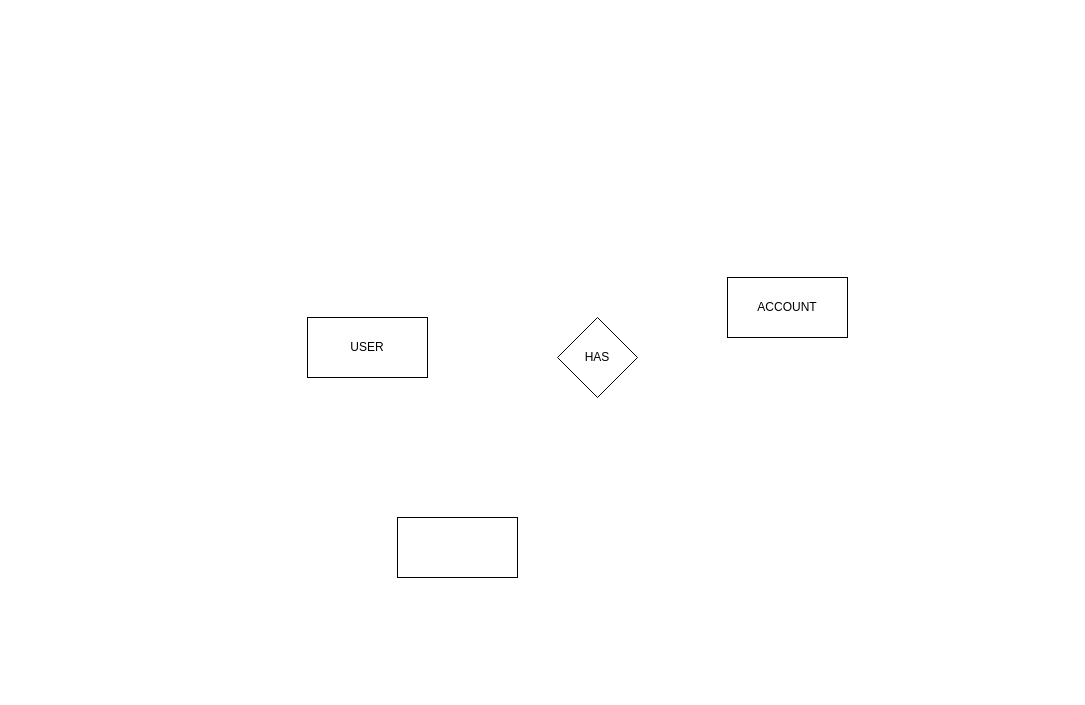
josueelias9/__mobile__expense_app keeps this draw.io diagram as Diagrama sin título.drawio. Above is the earlier version. Source tidied: cells renumbered, new cells numbered last; positions are measured from the earlier drawing's top-left corner, leaving out a move shared by most shapes. Both pictures are drawn from the tidied source at 100%, with x=0, y=0 at pixel (307, 277).
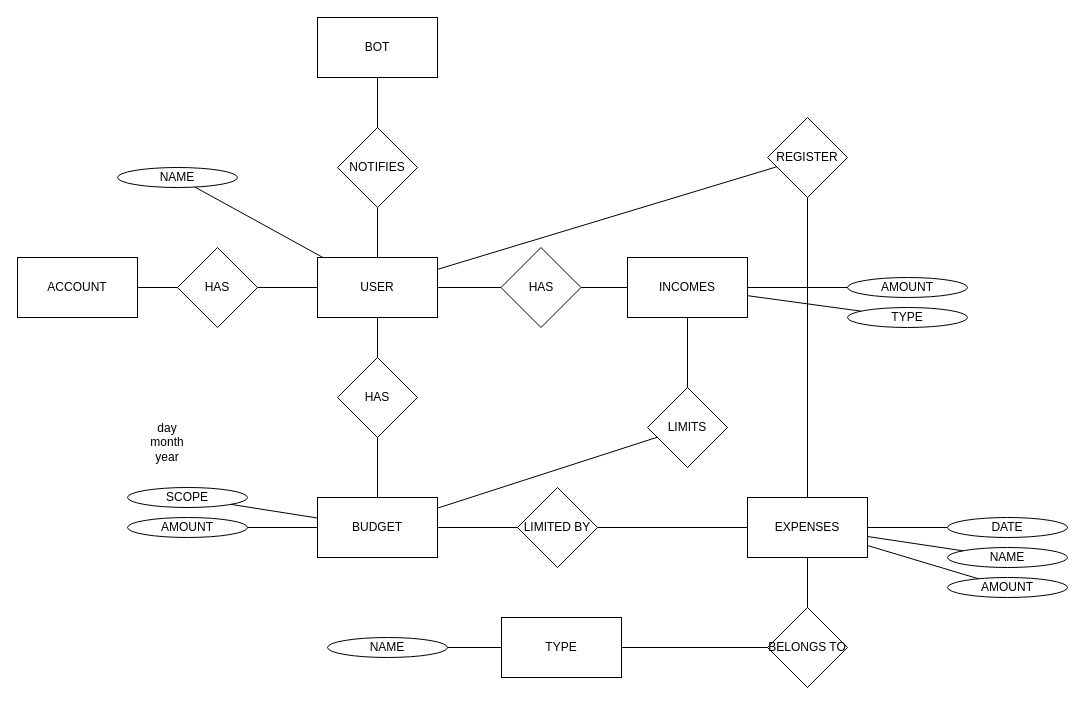
After the change.

Diff of the diagram source:
```diff
@@
-    <mxCell id="2" value="HAS" style="rhombus;whiteSpace=wrap;html=1;" parent="1" vertex="1">
-      <mxGeometry x="250" y="40" width="80" height="80" as="geometry" />
+    <mxCell id="2" value="REGISTER" style="rhombus;whiteSpace=wrap;html=1;" parent="1" vertex="1">
+      <mxGeometry x="460" y="-160" width="80" height="80" as="geometry" />
     </mxCell>
+    <mxCell id="6" style="edgeStyle=orthogonalEdgeStyle;rounded=0;jettySize=auto;html=1;endArrow=none;endFill=0;" parent="1" edge="1" source="3" target="8">
+      <mxGeometry relative="1" as="geometry" />
+    </mxCell>
     <mxCell id="3" value="USER" style="rounded=0;whiteSpace=wrap;html=1;" parent="1" vertex="1">
-      <mxGeometry y="40" width="120" height="60" as="geometry" />
+      <mxGeometry x="10" y="-20" width="120" height="60" as="geometry" />
     </mxCell>
     <mxCell id="4" value="ACCOUNT" style="rounded=0;whiteSpace=wrap;html=1;" parent="1" vertex="1">
-      <mxGeometry x="420" width="120" height="60" as="geometry" />
+      <mxGeometry x="-290" y="-20" width="120" height="60" as="geometry" />
     </mxCell>
-    <mxCell id="5" style="rounded=0;whiteSpace=wrap;html=1;" parent="1" vertex="1">
-      <mxGeometry x="90" y="240" width="120" height="60" as="geometry" />
+    <mxCell id="5" value="EXPENSES" style="rounded=0;whiteSpace=wrap;html=1;" parent="1" vertex="1">
+      <mxGeometry x="440" y="220" width="120" height="60" as="geometry" />
     </mxCell>
+    <mxCell id="7" value="BUDGET" style="rounded=0;whiteSpace=wrap;html=1;" parent="1" vertex="1">
+      <mxGeometry x="10" y="220" width="120" height="60" as="geometry" />
+    </mxCell>
+    <mxCell id="8" value="HAS" style="rhombus;whiteSpace=wrap;html=1;" parent="1" vertex="1">
+      <mxGeometry x="30" y="80" width="80" height="80" as="geometry" />
+    </mxCell>
+    <mxCell id="9" style="edgeStyle=orthogonalEdgeStyle;rounded=0;jettySize=auto;html=1;endArrow=none;endFill=0;" parent="1" edge="1" source="7" target="8">
+      <mxGeometry relative="1" as="geometry" />
+    </mxCell>
+    <mxCell id="10" style="rounded=0;jettySize=auto;html=1;endArrow=none;endFill=0;" parent="1" edge="1" source="2" target="3">
+      <mxGeometry relative="1" as="geometry" />
+    </mxCell>
+    <mxCell id="11" style="edgeStyle=orthogonalEdgeStyle;rounded=0;jettySize=auto;html=1;endArrow=none;endFill=0;" parent="1" edge="1" source="2" target="5">
+      <mxGeometry relative="1" as="geometry" />
+    </mxCell>
+    <mxCell id="12" value="LIMITED BY" style="rhombus;whiteSpace=wrap;html=1;" parent="1" vertex="1">
+      <mxGeometry x="210" y="210" width="80" height="80" as="geometry" />
+    </mxCell>
+    <mxCell id="13" style="edgeStyle=orthogonalEdgeStyle;rounded=0;jettySize=auto;html=1;endArrow=none;endFill=0;" parent="1" edge="1" source="12" target="5">
+      <mxGeometry relative="1" as="geometry" />
+    </mxCell>
+    <mxCell id="14" style="edgeStyle=orthogonalEdgeStyle;rounded=0;jettySize=auto;html=1;endArrow=none;endFill=0;" parent="1" edge="1" source="7" target="12">
+      <mxGeometry relative="1" as="geometry" />
+    </mxCell>
+    <mxCell id="15" value="HAS" style="rhombus;whiteSpace=wrap;html=1;" parent="1" vertex="1">
+      <mxGeometry x="-130" y="-30" width="80" height="80" as="geometry" />
+    </mxCell>
+    <mxCell id="16" style="edgeStyle=orthogonalEdgeStyle;rounded=0;jettySize=auto;html=1;endArrow=none;endFill=0;" parent="1" edge="1" source="15" target="3">
+      <mxGeometry relative="1" as="geometry" />
+    </mxCell>
+    <mxCell id="17" style="edgeStyle=orthogonalEdgeStyle;rounded=0;jettySize=auto;html=1;endArrow=none;endFill=0;" parent="1" edge="1" source="15" target="4">
+      <mxGeometry relative="1" as="geometry" />
+    </mxCell>
+    <mxCell id="18" value="BOT" style="rounded=0;whiteSpace=wrap;html=1;" parent="1" vertex="1">
+      <mxGeometry x="10" y="-260" width="120" height="60" as="geometry" />
+    </mxCell>
+    <mxCell id="19" value="NOTIFIES" style="rhombus;whiteSpace=wrap;html=1;" parent="1" vertex="1">
+      <mxGeometry x="30" y="-150" width="80" height="80" as="geometry" />
+    </mxCell>
+    <mxCell id="20" style="edgeStyle=orthogonalEdgeStyle;rounded=0;jettySize=auto;html=1;endArrow=none;endFill=0;" parent="1" edge="1" source="19" target="3">
+      <mxGeometry relative="1" as="geometry" />
+    </mxCell>
+    <mxCell id="21" style="edgeStyle=orthogonalEdgeStyle;rounded=0;jettySize=auto;html=1;endArrow=none;endFill=0;" parent="1" edge="1" source="19" target="18">
+      <mxGeometry relative="1" as="geometry" />
+    </mxCell>
+    <mxCell id="22" value="SCOPE" style="ellipse;whiteSpace=wrap;html=1;" parent="1" vertex="1">
+      <mxGeometry x="-180" y="210" width="120" height="20" as="geometry" />
+    </mxCell>
+    <mxCell id="23" style="rounded=0;jettySize=auto;html=1;endArrow=none;endFill=0;" parent="1" edge="1" source="7" target="22">
+      <mxGeometry relative="1" as="geometry" />
+    </mxCell>
+    <mxCell id="24" value="AMOUNT" style="ellipse;whiteSpace=wrap;html=1;" parent="1" vertex="1">
+      <mxGeometry x="-180" y="240" width="120" height="20" as="geometry" />
+    </mxCell>
+    <mxCell id="25" style="rounded=0;jettySize=auto;html=1;endArrow=none;endFill=0;" parent="1" edge="1" source="7" target="24">
+      <mxGeometry relative="1" as="geometry" />
+    </mxCell>
+    <mxCell id="26" value="DATE" style="ellipse;whiteSpace=wrap;html=1;" parent="1" vertex="1">
+      <mxGeometry x="640" y="240" width="120" height="20" as="geometry" />
+    </mxCell>
+    <mxCell id="27" style="rounded=0;jettySize=auto;html=1;endArrow=none;endFill=0;" parent="1" edge="1" source="5" target="26">
+      <mxGeometry relative="1" as="geometry" />
+    </mxCell>
+    <mxCell id="28" value="NAME" style="ellipse;whiteSpace=wrap;html=1;" parent="1" vertex="1">
+      <mxGeometry x="-190" y="-110" width="120" height="20" as="geometry" />
+    </mxCell>
+    <mxCell id="29" style="rounded=0;jettySize=auto;html=1;endArrow=none;endFill=0;" parent="1" edge="1" source="3" target="28">
+      <mxGeometry relative="1" as="geometry" />
+    </mxCell>
+    <mxCell id="30" value="NAME" style="ellipse;whiteSpace=wrap;html=1;" parent="1" vertex="1">
+      <mxGeometry x="640" y="270" width="120" height="20" as="geometry" />
+    </mxCell>
+    <mxCell id="31" style="rounded=0;jettySize=auto;html=1;endArrow=none;endFill=0;" parent="1" edge="1" source="5" target="30">
+      <mxGeometry relative="1" as="geometry" />
+    </mxCell>
+    <mxCell id="32" value="AMOUNT" style="ellipse;whiteSpace=wrap;html=1;" parent="1" vertex="1">
+      <mxGeometry x="640" y="300" width="120" height="20" as="geometry" />
+    </mxCell>
+    <mxCell id="33" style="rounded=0;jettySize=auto;html=1;endArrow=none;endFill=0;" parent="1" edge="1" source="5" target="32">
+      <mxGeometry relative="1" as="geometry" />
+    </mxCell>
+    <mxCell id="34" value="TYPE" style="rounded=0;whiteSpace=wrap;html=1;" parent="1" vertex="1">
+      <mxGeometry x="194" y="340" width="120" height="60" as="geometry" />
+    </mxCell>
+    <mxCell id="35" value="BELONGS TO" style="rhombus;whiteSpace=wrap;html=1;" parent="1" vertex="1">
+      <mxGeometry x="460" y="330" width="80" height="80" as="geometry" />
+    </mxCell>
+    <mxCell id="36" style="edgeStyle=orthogonalEdgeStyle;rounded=0;jettySize=auto;html=1;endArrow=none;endFill=0;" parent="1" edge="1" source="35" target="5">
+      <mxGeometry relative="1" as="geometry" />
+    </mxCell>
+    <mxCell id="37" style="edgeStyle=orthogonalEdgeStyle;rounded=0;jettySize=auto;html=1;endArrow=none;endFill=0;" parent="1" edge="1" source="35" target="34">
+      <mxGeometry relative="1" as="geometry" />
+    </mxCell>
+    <mxCell id="38" value="NAME" style="ellipse;whiteSpace=wrap;html=1;" parent="1" vertex="1">
+      <mxGeometry x="20" y="360" width="120" height="20" as="geometry" />
+    </mxCell>
+    <mxCell id="39" style="rounded=0;jettySize=auto;html=1;endArrow=none;endFill=0;" parent="1" edge="1" source="34" target="38">
+      <mxGeometry relative="1" as="geometry" />
+    </mxCell>
+    <mxCell id="40" value="day&lt;br&gt;month&lt;br&gt;year" style="text;html=1;strokeColor=none;fillColor=none;align=center;verticalAlign=middle;whiteSpace=wrap;rounded=0;" parent="1" vertex="1">
+      <mxGeometry x="-170" y="150" width="60" height="30" as="geometry" />
+    </mxCell>
+    <mxCell id="41" value="INCOMES" style="rounded=0;whiteSpace=wrap;html=1;" parent="1" vertex="1">
+      <mxGeometry x="320" y="-20" width="120" height="60" as="geometry" />
+    </mxCell>
+    <mxCell id="42" value="HAS" style="rhombus;whiteSpace=wrap;html=1;" parent="1" vertex="1">
+      <mxGeometry x="193.5" y="-30" width="80" height="80" as="geometry" />
+    </mxCell>
+    <mxCell id="43" style="edgeStyle=orthogonalEdgeStyle;rounded=0;jettySize=auto;html=1;endArrow=none;endFill=0;" parent="1" edge="1" source="42" target="41">
+      <mxGeometry relative="1" as="geometry" />
+    </mxCell>
+    <mxCell id="44" style="edgeStyle=orthogonalEdgeStyle;rounded=0;jettySize=auto;html=1;endArrow=none;endFill=0;" parent="1" edge="1" source="3" target="42">
+      <mxGeometry relative="1" as="geometry" />
+    </mxCell>
+    <mxCell id="45" value="LIMITS" style="rhombus;whiteSpace=wrap;html=1;" parent="1" vertex="1">
+      <mxGeometry x="340" y="110" width="80" height="80" as="geometry" />
+    </mxCell>
+    <mxCell id="46" style="edgeStyle=orthogonalEdgeStyle;rounded=0;jettySize=auto;html=1;endArrow=none;endFill=0;" parent="1" edge="1" source="45" target="41">
+      <mxGeometry relative="1" as="geometry" />
+    </mxCell>
+    <mxCell id="47" style="rounded=0;jettySize=auto;html=1;endArrow=none;endFill=0;" parent="1" edge="1" source="45" target="7">
+      <mxGeometry relative="1" as="geometry" />
+    </mxCell>
+    <mxCell id="48" value="AMOUNT" style="ellipse;whiteSpace=wrap;html=1;" parent="1" vertex="1">
+      <mxGeometry x="540" width="120" height="20" as="geometry" />
+    </mxCell>
+    <mxCell id="49" style="rounded=0;jettySize=auto;html=1;endArrow=none;endFill=0;" parent="1" edge="1" source="41" target="48">
+      <mxGeometry relative="1" as="geometry" />
+    </mxCell>
+    <mxCell id="50" value="TYPE" style="ellipse;whiteSpace=wrap;html=1;" parent="1" vertex="1">
+      <mxGeometry x="540" y="30" width="120" height="20" as="geometry" />
+    </mxCell>
+    <mxCell id="51" style="rounded=0;jettySize=auto;html=1;endArrow=none;endFill=0;" parent="1" edge="1" source="41" target="50">
+      <mxGeometry relative="1" as="geometry" />
+    </mxCell>
```
